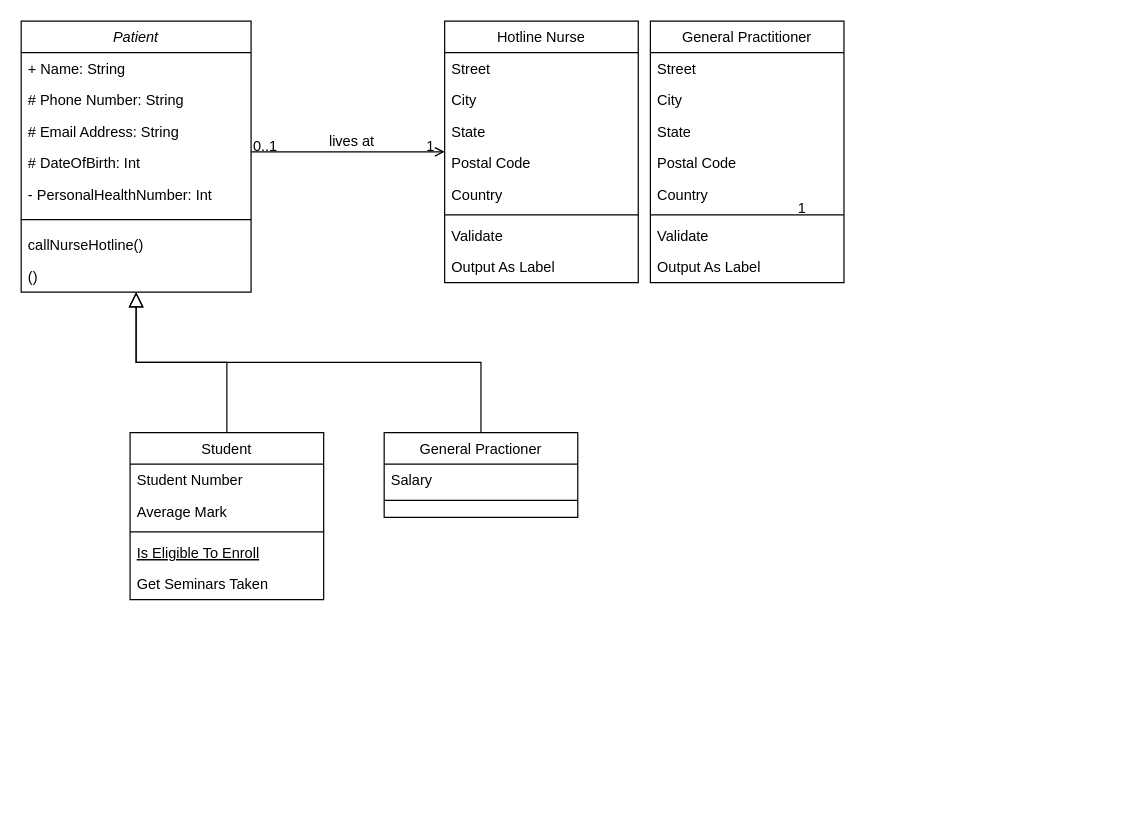
Earlier version of the draw.io diagram AmirWork/Untitled Diagram.drawio (SENG-350-2024-fall/Team9). Source tidied: cells renumbered, new cells numbered last; positions are measured from the earlier drawing's top-left corner, leaving out a move shared by most shapes. Both pictures are drawn from the tidied source at 121%, with x=0, y=0 at pixel (21, 21).
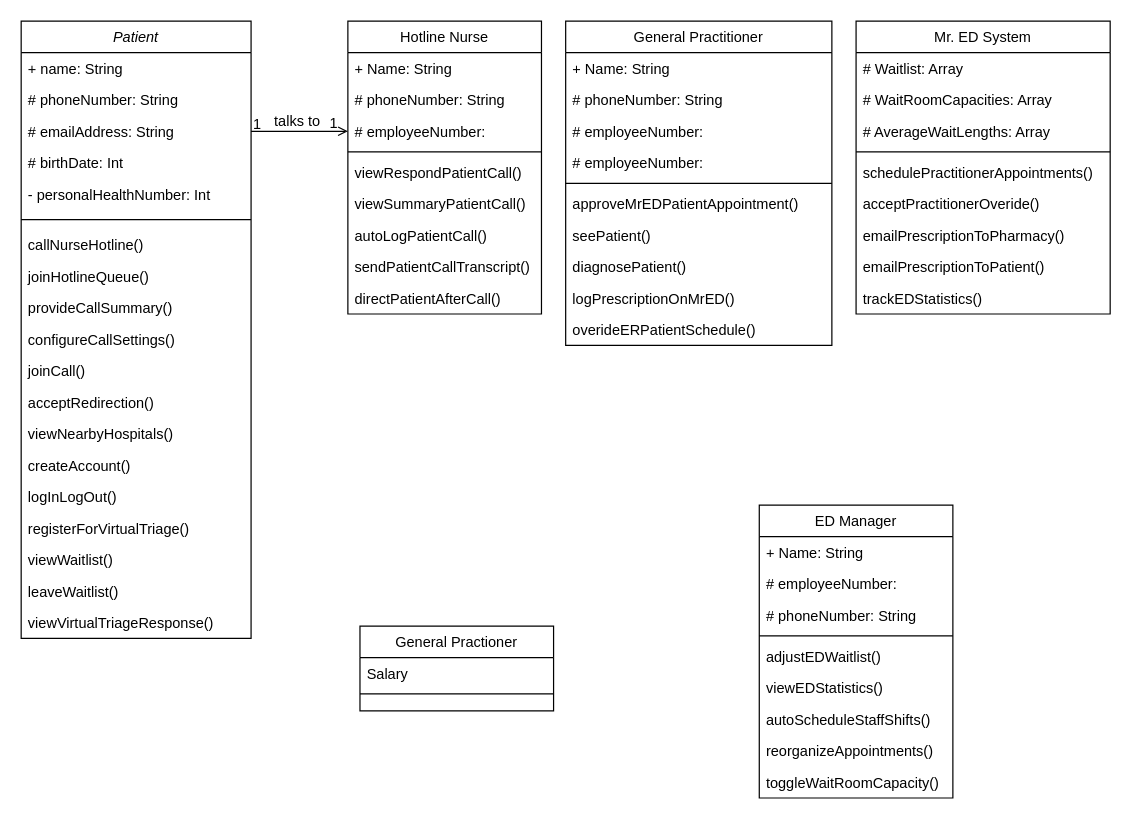
The same diagram, later.

Change to the diagram source:
```diff
@@
     <mxCell id="2" value="Patient" style="swimlane;fontStyle=2;align=center;verticalAlign=top;horizontal=1;startSize=26;rounded=0;shadow=0;strokeWidth=1;" parent="1" vertex="1">
-      <mxGeometry width="190" height="224" as="geometry" />
+      <mxGeometry width="190" height="510" as="geometry" />
     </mxCell>
-    <mxCell id="3" value="+ Name: String" style="text;align=left;verticalAlign=top;spacingLeft=4;spacingRight=4;overflow=hidden;" parent="2" vertex="1">
+    <mxCell id="3" value="+ name: String" style="text;align=left;verticalAlign=top;spacingLeft=4;spacingRight=4;overflow=hidden;" parent="2" vertex="1">
       <mxGeometry y="26" width="190" height="26" as="geometry" />
     </mxCell>
-    <mxCell id="4" value="# Phone Number: String" style="text;align=left;verticalAlign=top;spacingLeft=4;spacingRight=4;overflow=hidden;rounded=0;shadow=0;html=0;" parent="2" vertex="1">
+    <mxCell id="4" value="# phoneNumber: String" style="text;align=left;verticalAlign=top;spacingLeft=4;spacingRight=4;overflow=hidden;rounded=0;shadow=0;html=0;" parent="2" vertex="1">
       <mxGeometry y="52" width="190" height="26" as="geometry" />
     </mxCell>
-    <mxCell id="5" value="# Email Address: String" style="text;align=left;verticalAlign=top;spacingLeft=4;spacingRight=4;overflow=hidden;rounded=0;shadow=0;html=0;" parent="2" vertex="1">
+    <mxCell id="5" value="# emailAddress: String" style="text;align=left;verticalAlign=top;spacingLeft=4;spacingRight=4;overflow=hidden;rounded=0;shadow=0;html=0;" parent="2" vertex="1">
       <mxGeometry y="78" width="190" height="26" as="geometry" />
     </mxCell>
-    <mxCell id="6" value="# DateOfBirth: Int" style="text;align=left;verticalAlign=top;spacingLeft=4;spacingRight=4;overflow=hidden;" parent="2" vertex="1">
+    <mxCell id="6" value="# birthDate: Int" style="text;align=left;verticalAlign=top;spacingLeft=4;spacingRight=4;overflow=hidden;" parent="2" vertex="1">
       <mxGeometry y="104" width="190" height="26" as="geometry" />
     </mxCell>
-    <mxCell id="7" value="- PersonalHealthNumber: Int" style="text;align=left;verticalAlign=top;spacingLeft=4;spacingRight=4;overflow=hidden;" parent="2" vertex="1">
+    <mxCell id="7" value="- personalHealthNumber: Int" style="text;align=left;verticalAlign=top;spacingLeft=4;spacingRight=4;overflow=hidden;" parent="2" vertex="1">
       <mxGeometry y="130" width="190" height="26" as="geometry" />
     </mxCell>
@@
-    <mxCell id="10" value="()" style="text;align=left;verticalAlign=top;spacingLeft=4;spacingRight=4;overflow=hidden;" parent="2" vertex="1">
+    <mxCell id="10" value="joinHotlineQueue()&#10;" style="text;align=left;verticalAlign=top;spacingLeft=4;spacingRight=4;overflow=hidden;" parent="2" vertex="1">
       <mxGeometry y="198" width="190" height="26" as="geometry" />
     </mxCell>
+    <mxCell id="45" value="provideCallSummary()&#10;" style="text;align=left;verticalAlign=top;spacingLeft=4;spacingRight=4;overflow=hidden;" parent="2" vertex="1">
+      <mxGeometry y="224" width="190" height="26" as="geometry" />
+    </mxCell>
+    <mxCell id="46" value="configureCallSettings()&#10;" style="text;align=left;verticalAlign=top;spacingLeft=4;spacingRight=4;overflow=hidden;" parent="2" vertex="1">
+      <mxGeometry y="250" width="190" height="26" as="geometry" />
+    </mxCell>
+    <mxCell id="47" value="joinCall()&#10;" style="text;align=left;verticalAlign=top;spacingLeft=4;spacingRight=4;overflow=hidden;" parent="2" vertex="1">
+      <mxGeometry y="276" width="190" height="26" as="geometry" />
+    </mxCell>
+    <mxCell id="48" value="acceptRedirection()&#10;" style="text;align=left;verticalAlign=top;spacingLeft=4;spacingRight=4;overflow=hidden;" parent="2" vertex="1">
+      <mxGeometry y="302" width="190" height="26" as="geometry" />
+    </mxCell>
+    <mxCell id="49" value="viewNearbyHospitals()&#10;" style="text;align=left;verticalAlign=top;spacingLeft=4;spacingRight=4;overflow=hidden;" parent="2" vertex="1">
+      <mxGeometry y="328" width="190" height="26" as="geometry" />
+    </mxCell>
+    <mxCell id="50" value="createAccount()&#10;" style="text;align=left;verticalAlign=top;spacingLeft=4;spacingRight=4;overflow=hidden;" parent="2" vertex="1">
+      <mxGeometry y="354" width="190" height="26" as="geometry" />
+    </mxCell>
+    <mxCell id="51" value="logInLogOut()&#10;" style="text;align=left;verticalAlign=top;spacingLeft=4;spacingRight=4;overflow=hidden;" parent="2" vertex="1">
+      <mxGeometry y="380" width="190" height="26" as="geometry" />
+    </mxCell>
+    <mxCell id="52" value="registerForVirtualTriage()&#10;" style="text;align=left;verticalAlign=top;spacingLeft=4;spacingRight=4;overflow=hidden;" parent="2" vertex="1">
+      <mxGeometry y="406" width="190" height="26" as="geometry" />
+    </mxCell>
+    <mxCell id="53" value="viewWaitlist()&#10;" style="text;align=left;verticalAlign=top;spacingLeft=4;spacingRight=4;overflow=hidden;" parent="2" vertex="1">
+      <mxGeometry y="432" width="190" height="26" as="geometry" />
+    </mxCell>
+    <mxCell id="54" value="leaveWaitlist()&#10;" style="text;align=left;verticalAlign=top;spacingLeft=4;spacingRight=4;overflow=hidden;" parent="2" vertex="1">
+      <mxGeometry y="458" width="190" height="26" as="geometry" />
+    </mxCell>
+    <mxCell id="55" value="viewVirtualTriageResponse()&#10;" style="text;align=left;verticalAlign=top;spacingLeft=4;spacingRight=4;overflow=hidden;" parent="2" vertex="1">
+      <mxGeometry y="484" width="190" height="26" as="geometry" />
+    </mxCell>
-    <mxCell id="11" value="Student" style="swimlane;fontStyle=0;align=center;verticalAlign=top;horizontal=1;startSize=26;rounded=0;shadow=0;strokeWidth=1;" parent="1" vertex="1">
-      <mxGeometry x="90" y="340" width="160" height="138" as="geometry" />
+    <mxCell id="11" value="ED Manager" style="swimlane;fontStyle=0;align=center;verticalAlign=top;horizontal=1;startSize=26;rounded=0;shadow=0;strokeWidth=1;" parent="1" vertex="1">
+      <mxGeometry x="610" y="400" width="160" height="242" as="geometry" />
     </mxCell>
-    <mxCell id="12" value="Student Number" style="text;align=left;verticalAlign=top;spacingLeft=4;spacingRight=4;overflow=hidden;" parent="11" vertex="1">
-      <mxGeometry y="26" width="160" height="26" as="geometry" />
-    </mxCell>
-    <mxCell id="13" value="Average Mark" style="text;align=left;verticalAlign=top;spacingLeft=4;spacingRight=4;overflow=hidden;rounded=0;shadow=0;html=0;" parent="11" vertex="1">
-      <mxGeometry y="52" width="160" height="26" as="geometry" />
-    </mxCell>
+    <mxCell id="56" value="+ Name: String" style="text;align=left;verticalAlign=top;spacingLeft=4;spacingRight=4;overflow=hidden;" parent="11" vertex="1">
+      <mxGeometry y="26" width="160" height="26" as="geometry" />
+    </mxCell>
+    <mxCell id="57" value="# employeeNumber: " style="text;align=left;verticalAlign=top;spacingLeft=4;spacingRight=4;overflow=hidden;rounded=0;shadow=0;html=0;" parent="11" vertex="1">
+      <mxGeometry y="52" width="160" height="26" as="geometry" />
+    </mxCell>
+    <mxCell id="58" value="# phoneNumber: String" style="text;align=left;verticalAlign=top;spacingLeft=4;spacingRight=4;overflow=hidden;rounded=0;shadow=0;html=0;" parent="11" vertex="1">
+      <mxGeometry y="78" width="160" height="26" as="geometry" />
+    </mxCell>
     <mxCell id="14" style="line;html=1;strokeWidth=1;align=left;verticalAlign=middle;spacingTop=-1;spacingLeft=3;spacingRight=3;labelPosition=right;" parent="11" vertex="1">
-      <mxGeometry y="78" width="160" height="8" as="geometry" />
+      <mxGeometry y="104" width="160" height="8" as="geometry" />
     </mxCell>
-    <mxCell id="15" value="Is Eligible To Enroll" style="text;align=left;verticalAlign=top;spacingLeft=4;spacingRight=4;overflow=hidden;fontStyle=4;" parent="11" vertex="1">
-      <mxGeometry y="86" width="160" height="26" as="geometry" />
-    </mxCell>
-    <mxCell id="16" value="Get Seminars Taken" style="text;align=left;verticalAlign=top;spacingLeft=4;spacingRight=4;overflow=hidden;" parent="11" vertex="1">
+    <mxCell id="16" value="adjustEDWaitlist()&#10;" style="text;align=left;verticalAlign=top;spacingLeft=4;spacingRight=4;overflow=hidden;" parent="11" vertex="1">
       <mxGeometry y="112" width="160" height="26" as="geometry" />
     </mxCell>
-    <mxCell id="17" style="endArrow=block;endSize=10;endFill=0;shadow=0;strokeWidth=1;rounded=0;curved=0;edgeStyle=elbowEdgeStyle;elbow=vertical;" parent="1" edge="1" source="11" target="2">
-      <mxGeometry relative="1" as="geometry" />
-    </mxCell>
+    <mxCell id="59" value="viewEDStatistics()&#10;" style="text;align=left;verticalAlign=top;spacingLeft=4;spacingRight=4;overflow=hidden;" parent="11" vertex="1">
+      <mxGeometry y="138" width="160" height="26" as="geometry" />
+    </mxCell>
+    <mxCell id="60" value="autoScheduleStaffShifts()&#10;" style="text;align=left;verticalAlign=top;spacingLeft=4;spacingRight=4;overflow=hidden;" parent="11" vertex="1">
+      <mxGeometry y="164" width="160" height="26" as="geometry" />
+    </mxCell>
+    <mxCell id="61" value="reorganizeAppointments()" style="text;align=left;verticalAlign=top;spacingLeft=4;spacingRight=4;overflow=hidden;" parent="11" vertex="1">
+      <mxGeometry y="190" width="160" height="26" as="geometry" />
+    </mxCell>
+    <mxCell id="62" value="toggleWaitRoomCapacity()" style="text;align=left;verticalAlign=top;spacingLeft=4;spacingRight=4;overflow=hidden;" parent="11" vertex="1">
+      <mxGeometry y="216" width="160" height="26" as="geometry" />
+    </mxCell>
     <mxCell id="18" value="General Practioner" style="swimlane;fontStyle=0;align=center;verticalAlign=top;horizontal=1;startSize=26;rounded=0;shadow=0;strokeWidth=1;" parent="1" vertex="1">
-      <mxGeometry x="300" y="340" width="160" height="70" as="geometry" />
+      <mxGeometry x="280" y="500" width="160" height="70" as="geometry" />
     </mxCell>
@@
-    <mxCell id="21" style="endArrow=block;endSize=10;endFill=0;shadow=0;strokeWidth=1;rounded=0;curved=0;edgeStyle=elbowEdgeStyle;elbow=vertical;" parent="1" edge="1" source="18" target="2">
-      <mxGeometry relative="1" as="geometry" />
-    </mxCell>
     <mxCell id="22" value="Hotline Nurse" style="swimlane;fontStyle=0;align=center;verticalAlign=top;horizontal=1;startSize=26;rounded=0;shadow=0;strokeWidth=1;" parent="1" vertex="1">
-      <mxGeometry x="350" width="160" height="216" as="geometry" />
+      <mxGeometry x="270" width="160" height="242" as="geometry" />
     </mxCell>
-    <mxCell id="23" value="Street" style="text;align=left;verticalAlign=top;spacingLeft=4;spacingRight=4;overflow=hidden;" parent="22" vertex="1">
+    <mxCell id="23" value="+ Name: String" style="text;align=left;verticalAlign=top;spacingLeft=4;spacingRight=4;overflow=hidden;" parent="22" vertex="1">
       <mxGeometry y="26" width="160" height="26" as="geometry" />
     </mxCell>
-    <mxCell id="24" value="City" style="text;align=left;verticalAlign=top;spacingLeft=4;spacingRight=4;overflow=hidden;rounded=0;shadow=0;html=0;" parent="22" vertex="1">
+    <mxCell id="24" value="# phoneNumber: String" style="text;align=left;verticalAlign=top;spacingLeft=4;spacingRight=4;overflow=hidden;rounded=0;shadow=0;html=0;" parent="22" vertex="1">
       <mxGeometry y="52" width="160" height="26" as="geometry" />
     </mxCell>
-    <mxCell id="25" value="State" style="text;align=left;verticalAlign=top;spacingLeft=4;spacingRight=4;overflow=hidden;points=[[0,0.5],[1,0.5]];portConstraint=eastwest;rounded=0;shadow=0;html=0;" parent="22" vertex="1">
+    <mxCell id="25" value="# employeeNumber: " style="text;align=left;verticalAlign=top;spacingLeft=4;spacingRight=4;overflow=hidden;points=[[0,0.5],[1,0.5]];portConstraint=eastwest;rounded=0;shadow=0;html=0;" parent="22" vertex="1">
       <mxGeometry y="78" width="160" height="26" as="geometry" />
     </mxCell>
-    <mxCell id="26" value="Postal Code" style="text;align=left;verticalAlign=top;spacingLeft=4;spacingRight=4;overflow=hidden;rounded=0;shadow=0;html=0;" parent="22" vertex="1">
-      <mxGeometry y="104" width="160" height="26" as="geometry" />
-    </mxCell>
-    <mxCell id="27" value="Country" style="text;align=left;verticalAlign=top;spacingLeft=4;spacingRight=4;overflow=hidden;rounded=0;shadow=0;html=0;" parent="22" vertex="1">
-      <mxGeometry y="130" width="160" height="26" as="geometry" />
-    </mxCell>
     <mxCell id="28" style="line;html=1;strokeWidth=1;align=left;verticalAlign=middle;spacingTop=-1;spacingLeft=3;spacingRight=3;labelPosition=right;" parent="22" vertex="1">
-      <mxGeometry y="156" width="160" height="8" as="geometry" />
+      <mxGeometry y="104" width="160" height="8" as="geometry" />
     </mxCell>
-    <mxCell id="29" value="Validate" style="text;align=left;verticalAlign=top;spacingLeft=4;spacingRight=4;overflow=hidden;" parent="22" vertex="1">
-      <mxGeometry y="164" width="160" height="26" as="geometry" />
+    <mxCell id="29" value="viewRespondPatientCall()" style="text;align=left;verticalAlign=top;spacingLeft=4;spacingRight=4;overflow=hidden;" parent="22" vertex="1">
+      <mxGeometry y="112" width="160" height="26" as="geometry" />
     </mxCell>
-    <mxCell id="30" value="Output As Label" style="text;align=left;verticalAlign=top;spacingLeft=4;spacingRight=4;overflow=hidden;" parent="22" vertex="1">
-      <mxGeometry y="190" width="160" height="26" as="geometry" />
+    <mxCell id="30" value="viewSummaryPatientCall()" style="text;align=left;verticalAlign=top;spacingLeft=4;spacingRight=4;overflow=hidden;" parent="22" vertex="1">
+      <mxGeometry y="138" width="160" height="26" as="geometry" />
     </mxCell>
+    <mxCell id="63" value="autoLogPatientCall()" style="text;align=left;verticalAlign=top;spacingLeft=4;spacingRight=4;overflow=hidden;" parent="22" vertex="1">
+      <mxGeometry y="164" width="160" height="26" as="geometry" />
+    </mxCell>
+    <mxCell id="64" value="sendPatientCallTranscript()" style="text;align=left;verticalAlign=top;spacingLeft=4;spacingRight=4;overflow=hidden;" parent="22" vertex="1">
+      <mxGeometry y="190" width="160" height="26" as="geometry" />
+    </mxCell>
+    <mxCell id="65" value="directPatientAfterCall()" style="text;align=left;verticalAlign=top;spacingLeft=4;spacingRight=4;overflow=hidden;" parent="22" vertex="1">
+      <mxGeometry y="216" width="160" height="26" as="geometry" />
+    </mxCell>
-    <mxCell id="31" style="endArrow=open;shadow=0;strokeWidth=1;rounded=0;curved=0;endFill=1;edgeStyle=elbowEdgeStyle;elbow=vertical;" parent="1" edge="1" source="2" target="22">
+    <mxCell id="31" style="endArrow=open;shadow=0;strokeWidth=1;rounded=0;curved=0;endFill=1;edgeStyle=elbowEdgeStyle;elbow=vertical;entryX=0;entryY=0.5;entryDx=0;entryDy=0;" parent="1" edge="1" source="2" target="25">
       <mxGeometry x="0.5" y="41" relative="1" as="geometry">
         <mxPoint x="-40" y="32" as="offset" />
       </mxGeometry>
     </mxCell>
-    <mxCell id="32" value="0..1" style="align=left;verticalAlign=bottom;labelBackgroundColor=none;fontSize=12;" parent="31" vertex="1">
+    <mxCell id="32" value="1" style="align=left;verticalAlign=bottom;labelBackgroundColor=none;fontSize=12;" parent="31" vertex="1">
       <mxGeometry x="-1" relative="1" as="geometry">
-        <mxPoint y="4" as="offset" />
+        <mxPoint y="3" as="offset" />
       </mxGeometry>
     </mxCell>
     <mxCell id="33" value="1" style="align=right;verticalAlign=bottom;labelBackgroundColor=none;fontSize=12;" parent="31" vertex="1">
       <mxGeometry x="1" relative="1" as="geometry">
-        <mxPoint x="-7" y="4" as="offset" />
+        <mxPoint x="-7" y="2" as="offset" />
       </mxGeometry>
     </mxCell>
-    <mxCell id="34" value="lives at" style="text;html=1;align=center;verticalAlign=middle;labelBackgroundColor=none;rounded=0;shadow=0;strokeWidth=1;fontSize=12;" parent="31" vertex="1">
+    <mxCell id="34" value="talks to" style="text;html=1;align=center;verticalAlign=middle;labelBackgroundColor=none;rounded=0;shadow=0;strokeWidth=1;fontSize=12;" parent="31" vertex="1">
       <mxGeometry x="0.5" y="49" relative="1" as="geometry">
-        <mxPoint x="-38" y="40" as="offset" />
+        <mxPoint x="-23" y="40" as="offset" />
       </mxGeometry>
     </mxCell>
     <mxCell id="35" value="General Practitioner" style="swimlane;fontStyle=0;align=center;verticalAlign=top;horizontal=1;startSize=26;rounded=0;shadow=0;strokeWidth=1;" parent="1" vertex="1">
-      <mxGeometry x="520" width="160" height="216" as="geometry" />
+      <mxGeometry x="450" width="220" height="268" as="geometry" />
     </mxCell>
-    <mxCell id="36" value="Street" style="text;align=left;verticalAlign=top;spacingLeft=4;spacingRight=4;overflow=hidden;" parent="35" vertex="1">
-      <mxGeometry y="26" width="160" height="26" as="geometry" />
-    </mxCell>
-    <mxCell id="37" value="City" style="text;align=left;verticalAlign=top;spacingLeft=4;spacingRight=4;overflow=hidden;rounded=0;shadow=0;html=0;" parent="35" vertex="1">
-      <mxGeometry y="52" width="160" height="26" as="geometry" />
-    </mxCell>
-    <mxCell id="38" value="State" style="text;align=left;verticalAlign=top;spacingLeft=4;spacingRight=4;overflow=hidden;rounded=0;shadow=0;html=0;" parent="35" vertex="1">
-      <mxGeometry y="78" width="160" height="26" as="geometry" />
-    </mxCell>
-    <mxCell id="39" value="Postal Code" style="text;align=left;verticalAlign=top;spacingLeft=4;spacingRight=4;overflow=hidden;rounded=0;shadow=0;html=0;" parent="35" vertex="1">
-      <mxGeometry y="104" width="160" height="26" as="geometry" />
-    </mxCell>
-    <mxCell id="40" value="Country" style="text;align=left;verticalAlign=top;spacingLeft=4;spacingRight=4;overflow=hidden;rounded=0;shadow=0;html=0;" parent="35" vertex="1">
-      <mxGeometry y="130" width="160" height="26" as="geometry" />
-    </mxCell>
+    <mxCell id="66" value="+ Name: String" style="text;align=left;verticalAlign=top;spacingLeft=4;spacingRight=4;overflow=hidden;" parent="35" vertex="1">
+      <mxGeometry y="26" width="220" height="26" as="geometry" />
+    </mxCell>
+    <mxCell id="67" value="# phoneNumber: String" style="text;align=left;verticalAlign=top;spacingLeft=4;spacingRight=4;overflow=hidden;rounded=0;shadow=0;html=0;" parent="35" vertex="1">
+      <mxGeometry y="52" width="220" height="26" as="geometry" />
+    </mxCell>
+    <mxCell id="68" value="# employeeNumber: " style="text;align=left;verticalAlign=top;spacingLeft=4;spacingRight=4;overflow=hidden;rounded=0;shadow=0;html=0;" parent="35" vertex="1">
+      <mxGeometry y="78" width="220" height="26" as="geometry" />
+    </mxCell>
+    <mxCell id="69" value="# employeeNumber: " style="text;align=left;verticalAlign=top;spacingLeft=4;spacingRight=4;overflow=hidden;rounded=0;shadow=0;html=0;" parent="35" vertex="1">
+      <mxGeometry y="104" width="220" height="26" as="geometry" />
+    </mxCell>
     <mxCell id="41" style="line;html=1;strokeWidth=1;align=left;verticalAlign=middle;spacingTop=-1;spacingLeft=3;spacingRight=3;labelPosition=right;" parent="35" vertex="1">
-      <mxGeometry y="156" width="160" height="8" as="geometry" />
+      <mxGeometry y="130" width="220" height="8" as="geometry" />
     </mxCell>
-    <mxCell id="42" value="Validate" style="text;align=left;verticalAlign=top;spacingLeft=4;spacingRight=4;overflow=hidden;" parent="35" vertex="1">
-      <mxGeometry y="164" width="160" height="26" as="geometry" />
-    </mxCell>
-    <mxCell id="43" value="Output As Label" style="text;align=left;verticalAlign=top;spacingLeft=4;spacingRight=4;overflow=hidden;" parent="35" vertex="1">
-      <mxGeometry y="190" width="160" height="26" as="geometry" />
+    <mxCell id="43" value="approveMrEDPatientAppointment()" style="text;align=left;verticalAlign=top;spacingLeft=4;spacingRight=4;overflow=hidden;" parent="35" vertex="1">
+      <mxGeometry y="138" width="220" height="26" as="geometry" />
     </mxCell>
-    <mxCell id="44" value="1" style="align=right;verticalAlign=bottom;labelBackgroundColor=none;fontSize=12;" parent="1" vertex="1">
-      <mxGeometry x="650" y="163" as="geometry" />
-    </mxCell>
+    <mxCell id="70" value="seePatient()" style="text;align=left;verticalAlign=top;spacingLeft=4;spacingRight=4;overflow=hidden;" parent="35" vertex="1">
+      <mxGeometry y="164" width="220" height="26" as="geometry" />
+    </mxCell>
+    <mxCell id="71" value="diagnosePatient()" style="text;align=left;verticalAlign=top;spacingLeft=4;spacingRight=4;overflow=hidden;" parent="35" vertex="1">
+      <mxGeometry y="190" width="220" height="26" as="geometry" />
+    </mxCell>
+    <mxCell id="72" value="logPrescriptionOnMrED()" style="text;align=left;verticalAlign=top;spacingLeft=4;spacingRight=4;overflow=hidden;" parent="35" vertex="1">
+      <mxGeometry y="216" width="220" height="26" as="geometry" />
+    </mxCell>
+    <mxCell id="73" value="overideERPatientSchedule()" style="text;align=left;verticalAlign=top;spacingLeft=4;spacingRight=4;overflow=hidden;" parent="35" vertex="1">
+      <mxGeometry y="242" width="220" height="26" as="geometry" />
+    </mxCell>
+    <mxCell id="74" value="Mr. ED System" style="swimlane;fontStyle=0;align=center;verticalAlign=top;horizontal=1;startSize=26;rounded=0;shadow=0;strokeWidth=1;" parent="1" vertex="1">
+      <mxGeometry x="690" width="210" height="242" as="geometry" />
+    </mxCell>
+    <mxCell id="75" value="# Waitlist: Array " style="text;align=left;verticalAlign=top;spacingLeft=4;spacingRight=4;overflow=hidden;rounded=0;shadow=0;html=0;" parent="74" vertex="1">
+      <mxGeometry y="26" width="210" height="26" as="geometry" />
+    </mxCell>
+    <mxCell id="76" value="# WaitRoomCapacities: Array " style="text;align=left;verticalAlign=top;spacingLeft=4;spacingRight=4;overflow=hidden;rounded=0;shadow=0;html=0;" parent="74" vertex="1">
+      <mxGeometry y="52" width="210" height="26" as="geometry" />
+    </mxCell>
+    <mxCell id="77" value="# AverageWaitLengths: Array " style="text;align=left;verticalAlign=top;spacingLeft=4;spacingRight=4;overflow=hidden;rounded=0;shadow=0;html=0;" parent="74" vertex="1">
+      <mxGeometry y="78" width="210" height="26" as="geometry" />
+    </mxCell>
+    <mxCell id="78" style="line;html=1;strokeWidth=1;align=left;verticalAlign=middle;spacingTop=-1;spacingLeft=3;spacingRight=3;labelPosition=right;" parent="74" vertex="1">
+      <mxGeometry y="104" width="210" height="8" as="geometry" />
+    </mxCell>
+    <mxCell id="79" value="schedulePractitionerAppointments()" style="text;align=left;verticalAlign=top;spacingLeft=4;spacingRight=4;overflow=hidden;" parent="74" vertex="1">
+      <mxGeometry y="112" width="210" height="26" as="geometry" />
+    </mxCell>
+    <mxCell id="80" value="acceptPractitionerOveride()" style="text;align=left;verticalAlign=top;spacingLeft=4;spacingRight=4;overflow=hidden;" parent="74" vertex="1">
+      <mxGeometry y="138" width="210" height="26" as="geometry" />
+    </mxCell>
+    <mxCell id="81" value="emailPrescriptionToPharmacy()" style="text;align=left;verticalAlign=top;spacingLeft=4;spacingRight=4;overflow=hidden;" parent="74" vertex="1">
+      <mxGeometry y="164" width="210" height="26" as="geometry" />
+    </mxCell>
+    <mxCell id="82" value="emailPrescriptionToPatient()" style="text;align=left;verticalAlign=top;spacingLeft=4;spacingRight=4;overflow=hidden;" parent="74" vertex="1">
+      <mxGeometry y="190" width="210" height="26" as="geometry" />
+    </mxCell>
+    <mxCell id="83" value="trackEDStatistics()&#10;" style="text;align=left;verticalAlign=top;spacingLeft=4;spacingRight=4;overflow=hidden;" parent="74" vertex="1">
+      <mxGeometry y="216" width="210" height="26" as="geometry" />
+    </mxCell>
```
